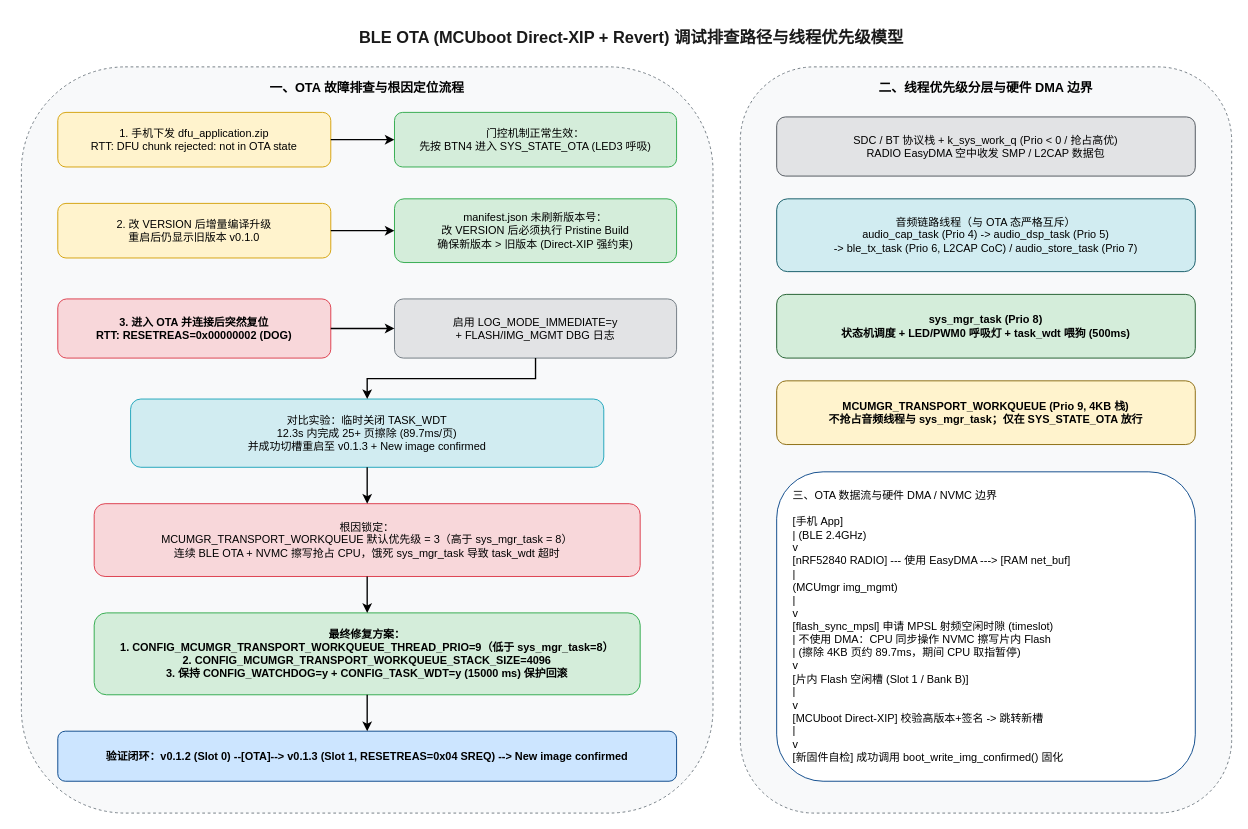
The draw.io diagram assets/OTA_调试与排查流程.drawio in ErnestAgel/BLEAudio, before the edit. Source tidied: cells renumbered, new cells numbered last; positions are measured from the earlier drawing's top-left corner, leaving out a move shared by most shapes. Both pictures are drawn from the tidied source at 91%, with x=0, y=0 at pixel (21, 21).
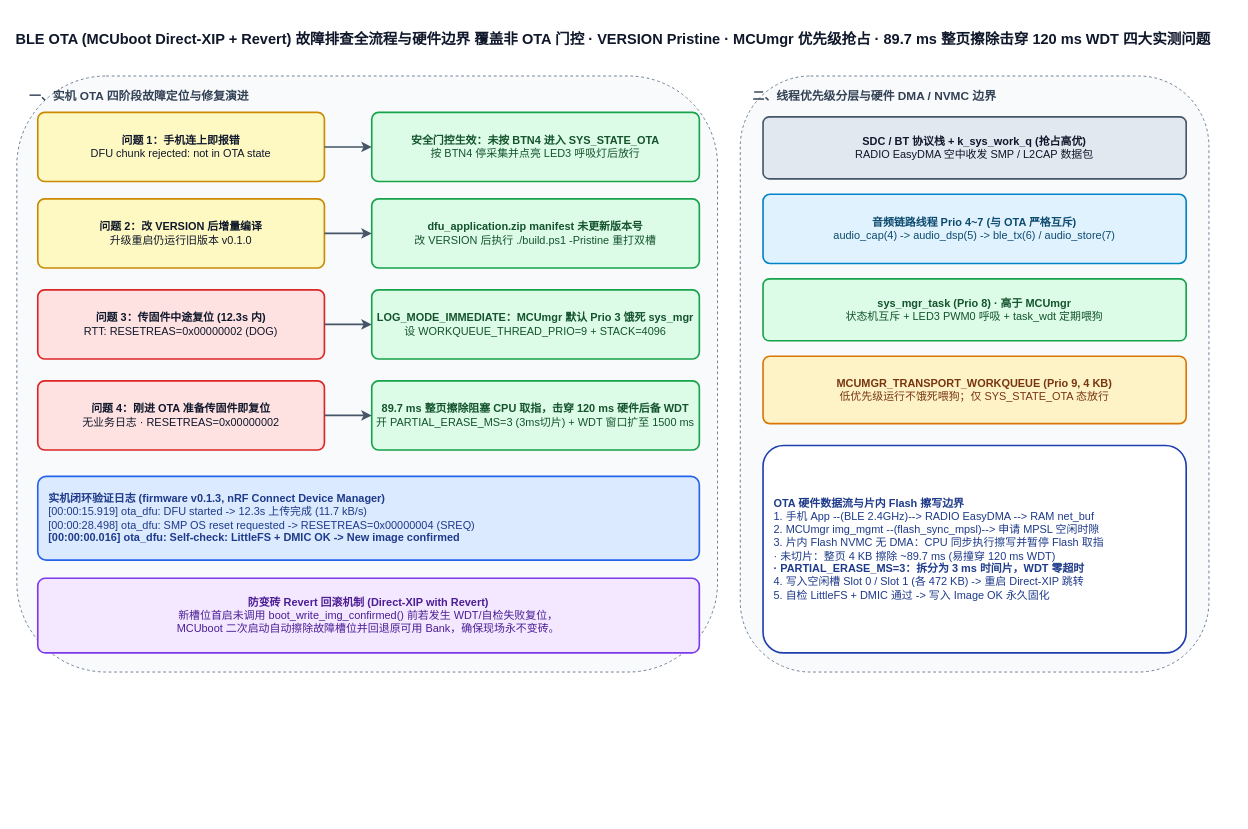
The same page after the edit.

What changed in the source:
```diff
@@
-    <mxCell id="2" value="BLE OTA (MCUboot Direct-XIP + Revert) 调试排查路径与线程优先级模型" style="text;html=1;strokeColor=none;fillColor=none;align=center;verticalAlign=middle;fontSize=18;fontStyle=1;fontColor=#1A1A1A;" parent="1" vertex="1">
-      <mxGeometry x="230" width="880" height="35" as="geometry" />
-    </mxCell>
-    <mxCell id="3" value="一、OTA 故障排查与根因定位流程" style="rounded=1;whiteSpace=wrap;html=1;verticalAlign=top;fontSize=14;fontStyle=1;fillColor=#F8F9FA;strokeColor=#6C757D;dashed=1;spacingTop=8;" parent="1" vertex="1">
-      <mxGeometry y="50" width="760" height="820" as="geometry" />
-    </mxCell>
-    <mxCell id="4" value="1. 手机下发 dfu_application.zip&#10;RTT: DFU chunk rejected: not in OTA state" style="rounded=1;whiteSpace=wrap;html=1;fillColor=#FFF3CD;strokeColor=#D39E00;fontSize=12;" parent="1" vertex="1">
-      <mxGeometry x="40" y="100" width="300" height="60" as="geometry" />
-    </mxCell>
-    <mxCell id="5" value="门控机制正常生效：&#10;先按 BTN4 进入 SYS_STATE_OTA (LED3 呼吸)" style="rounded=1;whiteSpace=wrap;html=1;fillColor=#D4EDDA;strokeColor=#28A745;fontSize=12;" parent="1" vertex="1">
-      <mxGeometry x="410" y="100" width="310" height="60" as="geometry" />
-    </mxCell>
-    <mxCell id="6" style="edgeStyle=orthogonalEdgeStyle;rounded=0;jettySize=auto;html=1;strokeWidth=1.5;" parent="1" edge="1" source="4" target="5">
-      <mxGeometry relative="1" as="geometry" />
-    </mxCell>
-    <mxCell id="7" value="2. 改 VERSION 后增量编译升级&#10;重启后仍显示旧版本 v0.1.0" style="rounded=1;whiteSpace=wrap;html=1;fillColor=#FFF3CD;strokeColor=#D39E00;fontSize=12;" parent="1" vertex="1">
-      <mxGeometry x="40" y="200" width="300" height="60" as="geometry" />
-    </mxCell>
-    <mxCell id="8" value="manifest.json 未刷新版本号：&#10;改 VERSION 后必须执行 Pristine Build&#10;确保新版本 &gt; 旧版本 (Direct-XIP 强约束)" style="rounded=1;whiteSpace=wrap;html=1;fillColor=#D4EDDA;strokeColor=#28A745;fontSize=12;" parent="1" vertex="1">
-      <mxGeometry x="410" y="195" width="310" height="70" as="geometry" />
-    </mxCell>
-    <mxCell id="9" style="edgeStyle=orthogonalEdgeStyle;rounded=0;jettySize=auto;html=1;strokeWidth=1.5;" parent="1" edge="1" source="7" target="8">
-      <mxGeometry relative="1" as="geometry" />
-    </mxCell>
-    <mxCell id="10" value="3. 进入 OTA 并连接后突然复位&#10;RTT: RESETREAS=0x00000002 (DOG)" style="rounded=1;whiteSpace=wrap;html=1;fillColor=#F8D7DA;strokeColor=#DC3545;fontSize=12;fontStyle=1;" parent="1" vertex="1">
-      <mxGeometry x="40" y="305" width="300" height="65" as="geometry" />
-    </mxCell>
-    <mxCell id="11" value="启用 LOG_MODE_IMMEDIATE=y&#10;+ FLASH/IMG_MGMT DBG 日志" style="rounded=1;whiteSpace=wrap;html=1;fillColor=#E2E3E5;strokeColor=#6C757D;fontSize=12;" parent="1" vertex="1">
-      <mxGeometry x="410" y="305" width="310" height="65" as="geometry" />
-    </mxCell>
-    <mxCell id="12" style="edgeStyle=orthogonalEdgeStyle;rounded=0;jettySize=auto;html=1;strokeWidth=1.5;" parent="1" edge="1" source="10" target="11">
-      <mxGeometry relative="1" as="geometry" />
-    </mxCell>
-    <mxCell id="13" value="对比实验：临时关闭 TASK_WDT&#10;12.3s 内完成 25+ 页擦除 (89.7ms/页)&#10;并成功切槽重启至 v0.1.3 + New image confirmed" style="rounded=1;whiteSpace=wrap;html=1;fillColor=#D1ECF1;strokeColor=#17A2B8;fontSize=12;" parent="1" vertex="1">
-      <mxGeometry x="120" y="415" width="520" height="75" as="geometry" />
-    </mxCell>
-    <mxCell id="14" style="edgeStyle=orthogonalEdgeStyle;rounded=0;jettySize=auto;html=1;strokeWidth=1.5;" parent="1" edge="1" source="11" target="13">
-      <mxGeometry relative="1" as="geometry" />
-    </mxCell>
-    <mxCell id="15" value="根因锁定：&#10;MCUMGR_TRANSPORT_WORKQUEUE 默认优先级 = 3（高于 sys_mgr_task = 8）&#10;连续 BLE OTA + NVMC 擦写抢占 CPU，饿死 sys_mgr_task 导致 task_wdt 超时" style="rounded=1;whiteSpace=wrap;html=1;fillColor=#F8D7DA;strokeColor=#DC3545;fontSize=12;" parent="1" vertex="1">
-      <mxGeometry x="80" y="530" width="600" height="80" as="geometry" />
-    </mxCell>
-    <mxCell id="16" style="edgeStyle=orthogonalEdgeStyle;rounded=0;jettySize=auto;html=1;strokeWidth=1.5;" parent="1" edge="1" source="13" target="15">
-      <mxGeometry relative="1" as="geometry" />
-    </mxCell>
-    <mxCell id="17" value="最终修复方案：&#10;1. CONFIG_MCUMGR_TRANSPORT_WORKQUEUE_THREAD_PRIO=9（低于 sys_mgr_task=8）&#10;2. CONFIG_MCUMGR_TRANSPORT_WORKQUEUE_STACK_SIZE=4096&#10;3. 保持 CONFIG_WATCHDOG=y + CONFIG_TASK_WDT=y (15000 ms) 保护回滚" style="rounded=1;whiteSpace=wrap;html=1;fillColor=#D4EDDA;strokeColor=#28A745;fontSize=12;fontStyle=1;" parent="1" vertex="1">
-      <mxGeometry x="80" y="650" width="600" height="90" as="geometry" />
-    </mxCell>
-    <mxCell id="18" style="edgeStyle=orthogonalEdgeStyle;rounded=0;jettySize=auto;html=1;strokeWidth=1.5;" parent="1" edge="1" source="15" target="17">
-      <mxGeometry relative="1" as="geometry" />
-    </mxCell>
-    <mxCell id="19" value="验证闭环：v0.1.2 (Slot 0) --[OTA]--&gt; v0.1.3 (Slot 1, RESETREAS=0x04 SREQ) --&gt; New image confirmed" style="rounded=1;whiteSpace=wrap;html=1;fillColor=#CCE5FF;strokeColor=#004085;fontSize=12;fontStyle=1;" parent="1" vertex="1">
-      <mxGeometry x="40" y="780" width="680" height="55" as="geometry" />
-    </mxCell>
-    <mxCell id="20" style="edgeStyle=orthogonalEdgeStyle;rounded=0;jettySize=auto;html=1;strokeWidth=1.5;" parent="1" edge="1" source="17" target="19">
-      <mxGeometry relative="1" as="geometry" />
-    </mxCell>
-    <mxCell id="21" value="二、线程优先级分层与硬件 DMA 边界" style="rounded=1;whiteSpace=wrap;html=1;verticalAlign=top;fontSize=14;fontStyle=1;fillColor=#F8F9FA;strokeColor=#6C757D;dashed=1;spacingTop=8;" parent="1" vertex="1">
-      <mxGeometry x="790" y="50" width="540" height="820" as="geometry" />
-    </mxCell>
-    <mxCell id="22" value="SDC / BT 协议栈 + k_sys_work_q (Prio &lt; 0 / 抢占高优)&#10;RADIO EasyDMA 空中收发 SMP / L2CAP 数据包" style="rounded=1;whiteSpace=wrap;html=1;fillColor=#E2E3E5;strokeColor=#495057;fontSize=12;" parent="1" vertex="1">
-      <mxGeometry x="830" y="105" width="460" height="65" as="geometry" />
-    </mxCell>
-    <mxCell id="23" value="音频链路线程（与 OTA 态严格互斥）&#10;audio_cap_task (Prio 4) -&gt; audio_dsp_task (Prio 5)&#10;-&gt; ble_tx_task (Prio 6, L2CAP CoC) / audio_store_task (Prio 7)" style="rounded=1;whiteSpace=wrap;html=1;fillColor=#D1ECF1;strokeColor=#0C5460;fontSize=12;" parent="1" vertex="1">
-      <mxGeometry x="830" y="195" width="460" height="80" as="geometry" />
-    </mxCell>
-    <mxCell id="24" value="sys_mgr_task (Prio 8)&#10;状态机调度 + LED/PWM0 呼吸灯 + task_wdt 喂狗 (500ms)" style="rounded=1;whiteSpace=wrap;html=1;fillColor=#D4EDDA;strokeColor=#155724;fontSize=12;fontStyle=1;" parent="1" vertex="1">
-      <mxGeometry x="830" y="300" width="460" height="70" as="geometry" />
-    </mxCell>
-    <mxCell id="25" value="MCUMGR_TRANSPORT_WORKQUEUE (Prio 9, 4KB 栈)&#10;不抢占音频线程与 sys_mgr_task；仅在 SYS_STATE_OTA 放行" style="rounded=1;whiteSpace=wrap;html=1;fillColor=#FFF3CD;strokeColor=#856404;fontSize=12;fontStyle=1;" parent="1" vertex="1">
-      <mxGeometry x="830" y="395" width="460" height="70" as="geometry" />
-    </mxCell>
-    <mxCell id="26" value="三、OTA 数据流与硬件 DMA / NVMC 边界&#10;&#10;[手机 App]&#10;   |  (BLE 2.4GHz)&#10;   v&#10;[nRF52840 RADIO] --- 使用 EasyDMA ---&gt; [RAM net_buf]&#10;                                           |&#10;                                   (MCUmgr img_mgmt)&#10;                                           |&#10;                                           v&#10;[flash_sync_mpsl] 申请 MPSL 射频空闲时隙 (timeslot)&#10;   |  不使用 DMA：CPU 同步操作 NVMC 擦写片内 Flash&#10;   |  (擦除 4KB 页约 89.7ms，期间 CPU 取指暂停)&#10;   v&#10;[片内 Flash 空闲槽 (Slot 1 / Bank B)]&#10;   |&#10;   v&#10;[MCUboot Direct-XIP] 校验高版本+签名 -&gt; 跳转新槽&#10;   |&#10;   v&#10;[新固件自检] 成功调用 boot_write_img_confirmed() 固化" style="rounded=1;whiteSpace=wrap;html=1;align=left;spacingLeft=16;fillColor=#FFFFFF;strokeColor=#004085;fontSize=12;" parent="1" vertex="1">
-      <mxGeometry x="830" y="495" width="460" height="340" as="geometry" />
-    </mxCell>
+    <mxCell id="27" value="BLE OTA (MCUboot Direct-XIP + Revert) 故障排查全流程与硬件边界 覆盖非 OTA 门控 · VERSION Pristine · MCUmgr 优先级抢占 · 89.7 ms 整页擦除击穿 120 ms WDT 四大实测问题" style="text;html=1;strokeColor=none;fillColor=none;align=center;verticalAlign=middle;fontSize=16;fontStyle=1;fontColor=#0f172a;" parent="1" vertex="1">
+      <mxGeometry x="30" y="-6" width="1240" height="50" as="geometry" />
+    </mxCell>
+    <mxCell id="28" value="一、实机 OTA 四阶段故障定位与修复演进" style="rounded=1;whiteSpace=wrap;html=1;verticalAlign=top;align=left;spacingLeft=12;spacingTop=8;fontSize=13;fontStyle=1;fillColor=#f8fafc;strokeColor=#64748b;fontColor=#334155;dashed=1;" parent="1" vertex="1">
+      <mxGeometry x="-5" y="60" width="770" height="655" as="geometry" />
+    </mxCell>
+    <mxCell id="29" value="&lt;b&gt;问题 1：手机连上即报错&lt;/b&gt;&lt;br&gt;DFU chunk rejected: not in OTA state" style="rounded=1;whiteSpace=wrap;html=1;arcSize=10;fillColor=#fef9c3;strokeColor=#ca8a04;strokeWidth=1.8;fontColor=#0f172a;align=center;" parent="1" vertex="1">
+      <mxGeometry x="18" y="100" width="315" height="76" as="geometry" />
+    </mxCell>
+    <mxCell id="30" value="&lt;b&gt;安全门控生效：未按 BTN4 进入 SYS_STATE_OTA&lt;/b&gt;&lt;br&gt;按 BTN4 停采集并点亮 LED3 呼吸灯后放行" style="rounded=1;whiteSpace=wrap;html=1;arcSize=10;fillColor=#dcfce7;strokeColor=#16a34a;strokeWidth=1.8;fontColor=#14532d;align=center;" parent="1" vertex="1">
+      <mxGeometry x="385" y="100" width="360" height="76" as="geometry" />
+    </mxCell>
+    <mxCell id="31" style="edgeStyle=orthogonalEdgeStyle;rounded=0;html=1;strokeColor=#475569;strokeWidth=1.8;dashed=0;" parent="1" edge="1">
+      <mxGeometry relative="1" as="geometry">
+        <mxPoint x="333" y="138" as="sourcePoint" />
+        <mxPoint x="385" y="138" as="targetPoint" />
+      </mxGeometry>
+    </mxCell>
+    <mxCell id="32" value="&lt;b&gt;问题 2：改 VERSION 后增量编译&lt;/b&gt;&lt;br&gt;升级重启仍运行旧版本 v0.1.0" style="rounded=1;whiteSpace=wrap;html=1;arcSize=10;fillColor=#fef9c3;strokeColor=#ca8a04;strokeWidth=1.8;fontColor=#0f172a;align=center;" parent="1" vertex="1">
+      <mxGeometry x="18" y="195" width="315" height="76" as="geometry" />
+    </mxCell>
+    <mxCell id="33" value="&lt;b&gt;dfu_application.zip manifest 未更新版本号&lt;/b&gt;&lt;br&gt;改 VERSION 后执行 ./build.ps1 -Pristine 重打双槽" style="rounded=1;whiteSpace=wrap;html=1;arcSize=10;fillColor=#dcfce7;strokeColor=#16a34a;strokeWidth=1.8;fontColor=#14532d;align=center;" parent="1" vertex="1">
+      <mxGeometry x="385" y="195" width="360" height="76" as="geometry" />
+    </mxCell>
+    <mxCell id="34" style="edgeStyle=orthogonalEdgeStyle;rounded=0;html=1;strokeColor=#475569;strokeWidth=1.8;dashed=0;" parent="1" edge="1">
+      <mxGeometry relative="1" as="geometry">
+        <mxPoint x="333" y="233" as="sourcePoint" />
+        <mxPoint x="385" y="233" as="targetPoint" />
+      </mxGeometry>
+    </mxCell>
+    <mxCell id="35" value="&lt;b&gt;问题 3：传固件中途复位 (12.3s 内)&lt;/b&gt;&lt;br&gt;RTT: RESETREAS=0x00000002 (DOG)" style="rounded=1;whiteSpace=wrap;html=1;arcSize=10;fillColor=#fee2e2;strokeColor=#dc2626;strokeWidth=1.8;fontColor=#0f172a;align=center;" parent="1" vertex="1">
+      <mxGeometry x="18" y="295" width="315" height="76" as="geometry" />
+    </mxCell>
+    <mxCell id="36" value="&lt;b&gt;LOG_MODE_IMMEDIATE：MCUmgr 默认 Prio 3 饿死 sys_mgr&lt;/b&gt;&lt;br&gt;设 WORKQUEUE_THREAD_PRIO=9 + STACK=4096" style="rounded=1;whiteSpace=wrap;html=1;arcSize=10;fillColor=#dcfce7;strokeColor=#16a34a;strokeWidth=1.8;fontColor=#14532d;align=center;" parent="1" vertex="1">
+      <mxGeometry x="385" y="295" width="360" height="76" as="geometry" />
+    </mxCell>
+    <mxCell id="37" style="edgeStyle=orthogonalEdgeStyle;rounded=0;html=1;strokeColor=#475569;strokeWidth=1.8;dashed=0;" parent="1" edge="1">
+      <mxGeometry relative="1" as="geometry">
+        <mxPoint x="333" y="333" as="sourcePoint" />
+        <mxPoint x="385" y="333" as="targetPoint" />
+      </mxGeometry>
+    </mxCell>
+    <mxCell id="38" value="&lt;b&gt;问题 4：刚进 OTA 准备传固件即复位&lt;/b&gt;&lt;br&gt;无业务日志 · RESETREAS=0x00000002" style="rounded=1;whiteSpace=wrap;html=1;arcSize=10;fillColor=#fee2e2;strokeColor=#dc2626;strokeWidth=1.8;fontColor=#0f172a;align=center;" parent="1" vertex="1">
+      <mxGeometry x="18" y="395" width="315" height="76" as="geometry" />
+    </mxCell>
+    <mxCell id="39" value="&lt;b&gt;89.7 ms 整页擦除阻塞 CPU 取指，击穿 120 ms 硬件后备 WDT&lt;/b&gt;&lt;br&gt;开 PARTIAL_ERASE_MS=3 (3ms切片) + WDT 窗口扩至 1500 ms" style="rounded=1;whiteSpace=wrap;html=1;arcSize=10;fillColor=#dcfce7;strokeColor=#16a34a;strokeWidth=1.8;fontColor=#14532d;align=center;" parent="1" vertex="1">
+      <mxGeometry x="385" y="395" width="360" height="76" as="geometry" />
+    </mxCell>
+    <mxCell id="40" style="edgeStyle=orthogonalEdgeStyle;rounded=0;html=1;strokeColor=#475569;strokeWidth=1.8;dashed=0;" parent="1" edge="1">
+      <mxGeometry relative="1" as="geometry">
+        <mxPoint x="333" y="433" as="sourcePoint" />
+        <mxPoint x="385" y="433" as="targetPoint" />
+      </mxGeometry>
+    </mxCell>
+    <mxCell id="41" value="&lt;b&gt;实机闭环验证日志 (firmware v0.1.3, nRF Connect Device Manager)&lt;/b&gt;&lt;br&gt;[00:00:15.919] ota_dfu: DFU started  -&amp;gt;  12.3s 上传完成 (11.7 kB/s)&lt;br&gt;[00:00:28.498] ota_dfu: SMP OS reset requested  -&amp;gt;  RESETREAS=0x00000004 (SREQ)&lt;br&gt;&lt;b&gt;[00:00:00.016] ota_dfu: Self-check: LittleFS + DMIC OK -&amp;gt; New image confirmed&lt;/b&gt;" style="rounded=1;whiteSpace=wrap;html=1;arcSize=10;fillColor=#dbeafe;strokeColor=#2563eb;strokeWidth=1.8;fontColor=#1e3a8a;align=left;spacingLeft=10;" parent="1" vertex="1">
+      <mxGeometry x="18" y="500" width="727" height="92" as="geometry" />
+    </mxCell>
+    <mxCell id="42" value="&lt;b&gt;防变砖 Revert 回滚机制 (Direct-XIP with Revert)&lt;/b&gt;&lt;br&gt;新槽位首启未调用 boot_write_img_confirmed() 前若发生 WDT/自检失败复位，&lt;br&gt;MCUboot 二次启动自动擦除故障槽位并回退原可用 Bank，确保现场永不变砖。" style="rounded=1;whiteSpace=wrap;html=1;arcSize=10;fillColor=#f3e8ff;strokeColor=#7c3aed;strokeWidth=1.8;fontColor=#4c1d95;align=center;" parent="1" vertex="1">
+      <mxGeometry x="18" y="612" width="727" height="82" as="geometry" />
+    </mxCell>
+    <mxCell id="43" value="二、线程优先级分层与硬件 DMA / NVMC 边界" style="rounded=1;whiteSpace=wrap;html=1;verticalAlign=top;align=left;spacingLeft=12;spacingTop=8;fontSize=13;fontStyle=1;fillColor=#f8fafc;strokeColor=#64748b;fontColor=#334155;dashed=1;" parent="1" vertex="1">
+      <mxGeometry x="790" y="60" width="515" height="655" as="geometry" />
+    </mxCell>
+    <mxCell id="44" value="&lt;b&gt;SDC / BT 协议栈 + k_sys_work_q (抢占高优)&lt;/b&gt;&lt;br&gt;RADIO EasyDMA 空中收发 SMP / L2CAP 数据包" style="rounded=1;whiteSpace=wrap;html=1;arcSize=10;fillColor=#e2e8f0;strokeColor=#475569;strokeWidth=1.8;fontColor=#0f172a;align=center;" parent="1" vertex="1">
+      <mxGeometry x="815" y="105" width="465" height="68" as="geometry" />
+    </mxCell>
+    <mxCell id="45" value="&lt;b&gt;音频链路线程 Prio 4~7 (与 OTA 严格互斥)&lt;/b&gt;&lt;br&gt;audio_cap(4) -&amp;gt; audio_dsp(5) -&amp;gt; ble_tx(6) / audio_store(7)" style="rounded=1;whiteSpace=wrap;html=1;arcSize=10;fillColor=#e0f2fe;strokeColor=#0284c7;strokeWidth=1.8;fontColor=#0c4a6e;align=center;" parent="1" vertex="1">
+      <mxGeometry x="815" y="190" width="465" height="76" as="geometry" />
+    </mxCell>
+    <mxCell id="46" value="&lt;b&gt;sys_mgr_task (Prio 8) · 高于 MCUmgr&lt;/b&gt;&lt;br&gt;状态机互斥 + LED3 PWM0 呼吸 + task_wdt 定期喂狗" style="rounded=1;whiteSpace=wrap;html=1;arcSize=10;fillColor=#dcfce7;strokeColor=#16a34a;strokeWidth=1.8;fontColor=#14532d;align=center;" parent="1" vertex="1">
+      <mxGeometry x="815" y="283" width="465" height="68" as="geometry" />
+    </mxCell>
+    <mxCell id="47" value="&lt;b&gt;MCUMGR_TRANSPORT_WORKQUEUE (Prio 9, 4 KB)&lt;/b&gt;&lt;br&gt;低优先级运行不饿死喂狗；仅 SYS_STATE_OTA 态放行" style="rounded=1;whiteSpace=wrap;html=1;arcSize=10;fillColor=#fef3c7;strokeColor=#d97706;strokeWidth=1.8;fontColor=#78350f;align=center;" parent="1" vertex="1">
+      <mxGeometry x="815" y="368" width="465" height="74" as="geometry" />
+    </mxCell>
+    <mxCell id="48" value="&lt;b&gt;OTA 硬件数据流与片内 Flash 擦写边界&lt;/b&gt;&lt;br&gt;1. 手机 App --(BLE 2.4GHz)--&amp;gt; RADIO EasyDMA --&amp;gt; RAM net_buf&lt;br&gt;2. MCUmgr img_mgmt --(flash_sync_mpsl)--&amp;gt; 申请 MPSL 空闲时隙&lt;br&gt;3. 片内 Flash NVMC 无 DMA：CPU 同步执行擦写并暂停 Flash 取指&lt;br&gt;   · 未切片：整页 4 KB 擦除 ~89.7 ms (易撞穿 120 ms WDT)&lt;br&gt;&lt;b&gt;   · PARTIAL_ERASE_MS=3：拆分为 3 ms 时间片，WDT 零超时&lt;/b&gt;&lt;br&gt;4. 写入空闲槽 Slot 0 / Slot 1 (各 472 KB) -&amp;gt; 重启 Direct-XIP 跳转&lt;br&gt;5. 自检 LittleFS + DMIC 通过 -&amp;gt; 写入 Image OK 永久固化" style="rounded=1;whiteSpace=wrap;html=1;arcSize=10;fillColor=#ffffff;strokeColor=#1e40af;strokeWidth=1.8;fontColor=#1e3a8a;align=left;spacingLeft=10;" parent="1" vertex="1">
+      <mxGeometry x="815" y="466" width="465" height="228" as="geometry" />
+    </mxCell>
```
